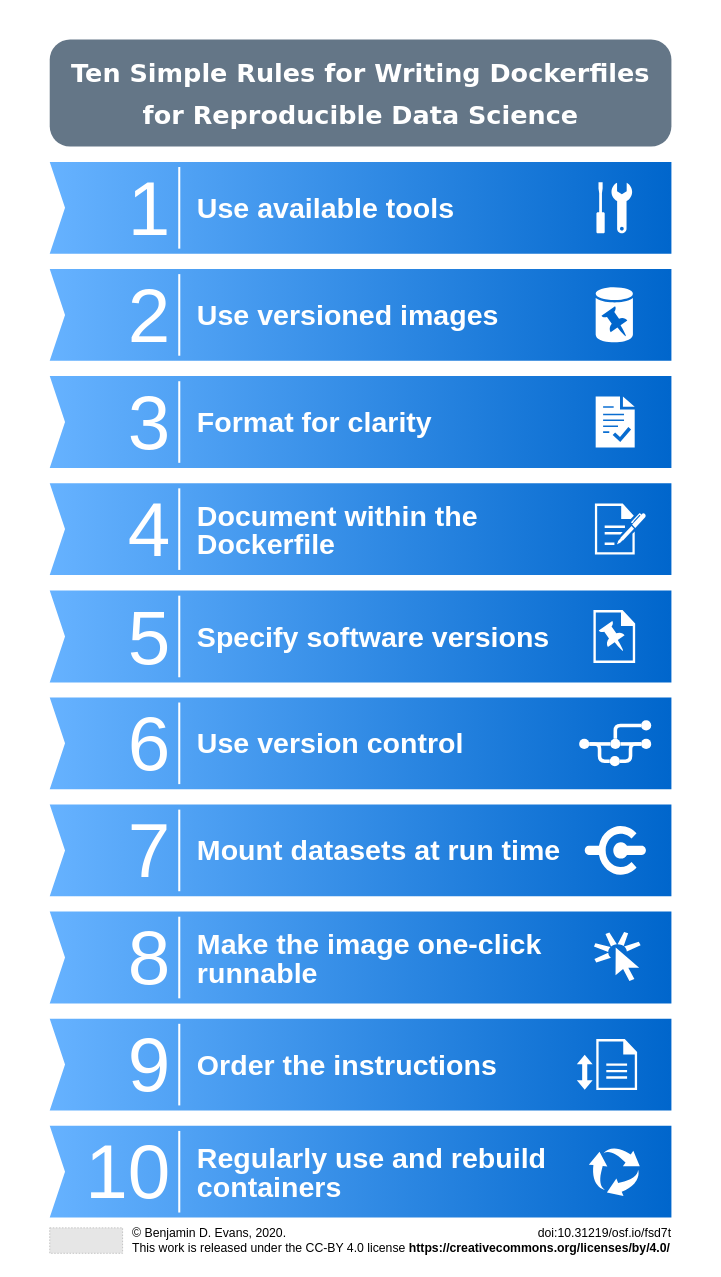
This is summary.drawio from nuest/ten-simple-rules-dockerfiles, a draw.io file, before an edit. Source tidied: cells renumbered, new cells numbered last; positions are measured from the earlier drawing's top-left corner, leaving out a move shared by most shapes. Both pictures are drawn from the tidied source at 51%, with x=0, y=0 at pixel (9, 9). Pictures stored in the file or linked from it are replaced by grey dashed boxes.
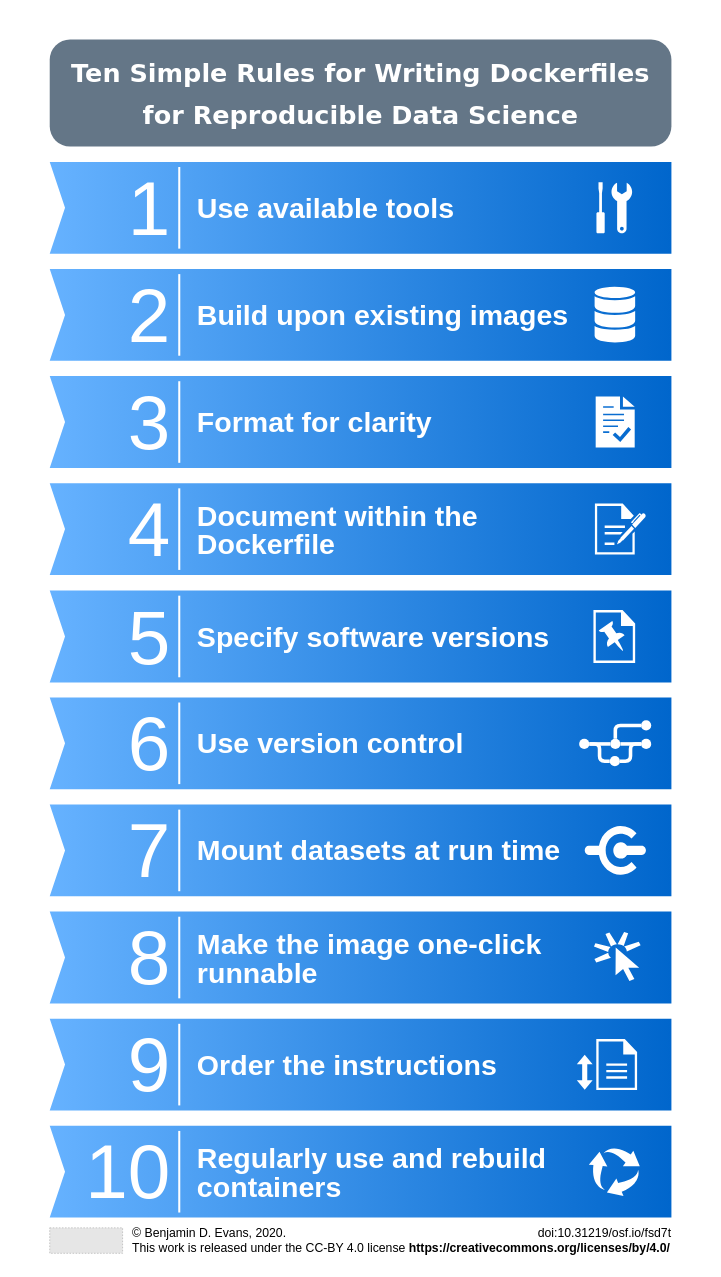
After the change.

Commit message (it also covers changes not shown here):
Update summary image (Rule 2)

Diff of the diagram source:
```diff
@@
-    <mxCell id="19" value="&lt;h1&gt;&lt;font style=&quot;line-height: 100% ; font-size: 56px&quot;&gt;Use versioned images&lt;/font&gt;&lt;/h1&gt;" style="text;html=1;strokeColor=none;fillColor=none;spacing=0;spacingTop=0;whiteSpace=wrap;overflow=hidden;rounded=0;shadow=0;dashed=0;fontFamily=Helvetica;fontSize=12;fontColor=#FFFFFF;align=left;verticalAlign=middle;" parent="1" vertex="1">
+    <mxCell id="19" value="&lt;h1&gt;&lt;font style=&quot;line-height: 100% ; font-size: 56px&quot;&gt;Build upon existing images&lt;/font&gt;&lt;/h1&gt;" style="text;html=1;strokeColor=none;fillColor=none;spacing=0;spacingTop=0;whiteSpace=wrap;overflow=hidden;rounded=0;shadow=0;dashed=0;fontFamily=Helvetica;fontSize=12;fontColor=#FFFFFF;align=left;verticalAlign=middle;" parent="1" vertex="1">
       <mxGeometry x="369" y="530" width="730" height="140" as="geometry" />
     </mxCell>
@@
-    <mxCell id="64" style="shadow=0;dashed=0;html=1;labelPosition=center;verticalLabelPosition=bottom;verticalAlign=top;align=center;shape=mxgraph.office.databases.database;rounded=1;strokeColor=none;" parent="1" vertex="1">
-      <mxGeometry x="1150.5" y="545.8" width="73" height="108.5" as="geometry" />
-    </mxCell>
-    <mxCell id="65" style="shadow=0;dashed=0;html=1;labelPosition=center;verticalLabelPosition=bottom;verticalAlign=top;align=center;shape=mxgraph.office.concepts.pin;strokeColor=none;rotation=-35;fillColor=#0066CC;" parent="1" vertex="1">
-      <mxGeometry x="1172.4" y="587" width="40" height="60" as="geometry" />
-    </mxCell>
@@
+    <mxCell id="68" style="shadow=0;dashed=0;html=1;labelPosition=center;verticalLabelPosition=bottom;verticalAlign=top;align=center;shape=mxgraph.office.databases.database_mini_3;strokeColor=none;" parent="1" vertex="1">
+      <mxGeometry x="1148.4" y="545" width="79.5" height="110" as="geometry" />
+    </mxCell>
```
